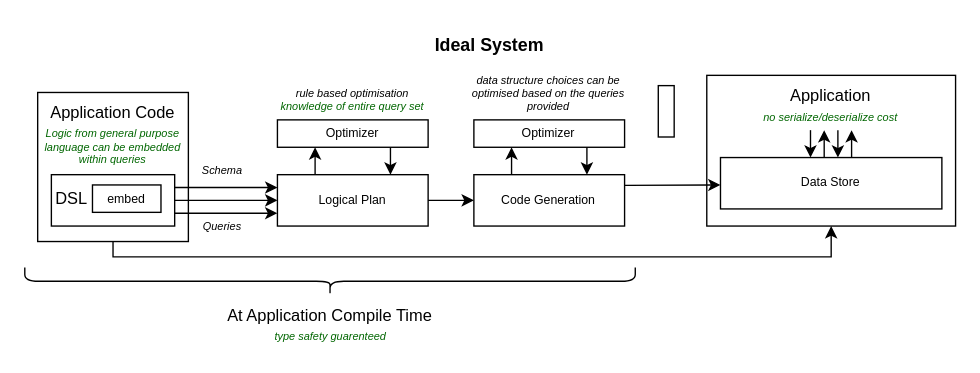
Above: report/introduction/images/ideal_system.drawio in OliverKillane/emDB (draw.io), before the change. Source tidied: cells renumbered, new cells numbered last; positions are measured from the earlier drawing's top-left corner, leaving out a move shared by most shapes. Both pictures are drawn from the tidied source at 137%, with x=0, y=0 at pixel (23, -25).
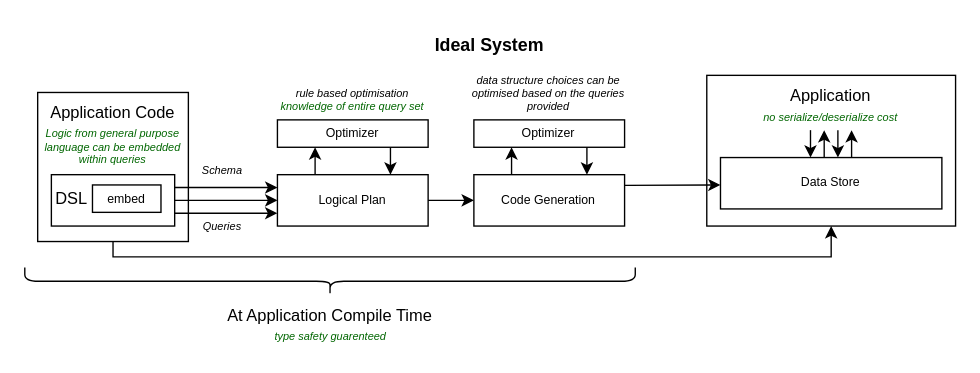
Above is the later version.

The edit, as a diff of the source:
```diff
@@
-    <mxCell id="39" style="rounded=0;whiteSpace=wrap;html=1;fillColor=none;fontColor=#000000;strokeColor=#000000;fontSize=9;" parent="1" vertex="1">
-      <mxGeometry x="463" y="80" width="11.6" height="37.5" as="geometry" />
-    </mxCell>
```
